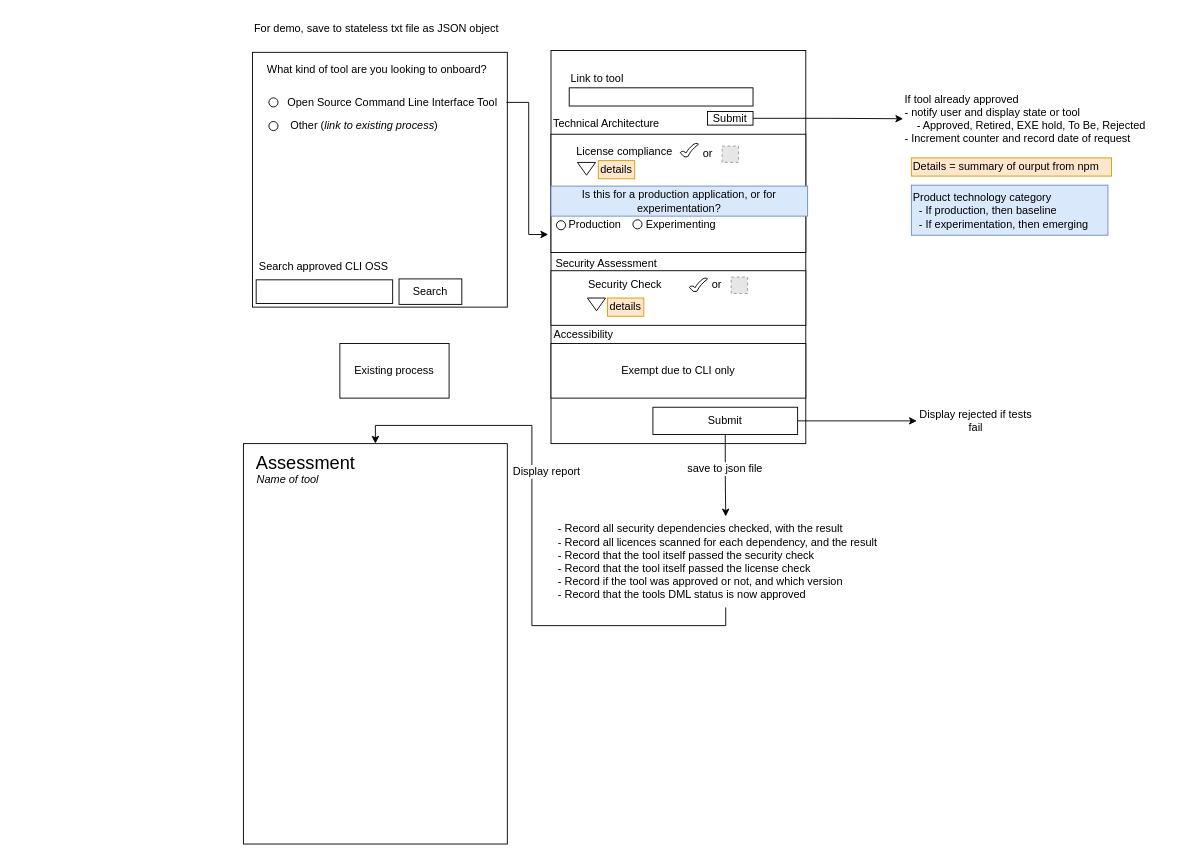
The draw.io diagram drawio/en/SoftwareOnboarding.drawio in sara-sabr/ITStrategy, before the edit. Source tidied: cells renumbered, new cells numbered last; positions are measured from the earlier drawing's top-left corner, leaving out a move shared by most shapes. Both pictures are drawn from the tidied source at 91%, with x=0, y=0 at pixel (243, 15). Pictures stored in the file or linked from it are replaced by grey dashed boxes.
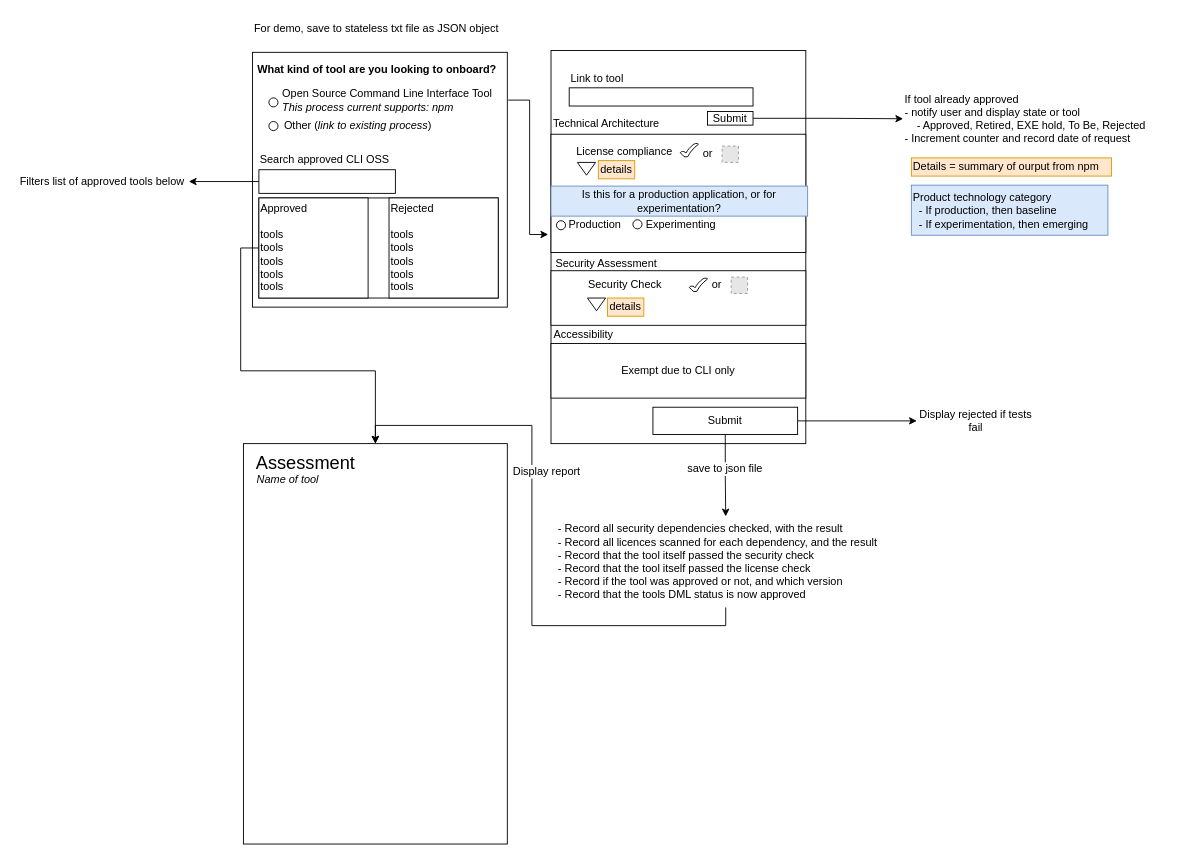
The same diagram, later.

Commit message:
specifying supported package manangers, as per Sebastiens request from #280

Unchanged cells that the change refers to:
```xml
<mxCell id="50" style="rounded=0;whiteSpace=wrap;html=1;" parent="1" vertex="1">
  <mxGeometry y="470" width="290" height="440" as="geometry" />
</mxCell>
```

What changed in the source:
```diff
@@
-    <mxCell id="6" value="What kind of tool are you looking to onboard?" style="text;html=1;strokeColor=none;fillColor=none;align=center;verticalAlign=middle;whiteSpace=wrap;rounded=0;" parent="1" vertex="1">
+    <mxCell id="6" value="What kind of tool are you looking to onboard?" style="text;html=1;strokeColor=none;fillColor=none;align=center;verticalAlign=middle;whiteSpace=wrap;rounded=0;fontStyle=1;" parent="1" vertex="1">
       <mxGeometry x="12" y="49" width="270" height="20" as="geometry" />
     </mxCell>
@@
-    <mxCell id="8" value="Open Source Command Line Interface Tool" style="text;html=1;strokeColor=none;fillColor=none;align=center;verticalAlign=middle;whiteSpace=wrap;rounded=0;" parent="1" vertex="1">
-      <mxGeometry x="39" y="85" width="250" height="20" as="geometry" />
+    <mxCell id="8" value="Open Source Command Line Interface Tool&lt;br&gt;&lt;i&gt;This process current supports: npm&lt;/i&gt;" style="text;html=1;strokeColor=none;fillColor=none;align=left;verticalAlign=middle;whiteSpace=wrap;rounded=0;" parent="1" vertex="1">
+      <mxGeometry x="41" y="80" width="250" height="25" as="geometry" />
     </mxCell>
@@
     <mxCell id="11" value="Other (&lt;i&gt;link to existing process&lt;/i&gt;)" style="text;html=1;strokeColor=none;fillColor=none;align=center;verticalAlign=middle;whiteSpace=wrap;rounded=0;" parent="1" vertex="1">
-      <mxGeometry x="46" y="111" width="174" height="20" as="geometry" />
+      <mxGeometry x="39" y="111" width="174" height="20" as="geometry" />
     </mxCell>
-    <mxCell id="12" value="Existing process" style="rounded=0;whiteSpace=wrap;html=1;" parent="1" vertex="1">
-      <mxGeometry x="106" y="360" width="120" height="60" as="geometry" />
-    </mxCell>
@@
     <mxCell id="53" value="Search approved CLI OSS" style="text;html=1;strokeColor=none;fillColor=none;align=center;verticalAlign=middle;whiteSpace=wrap;rounded=0;fontSize=12;" parent="1" vertex="1">
-      <mxGeometry x="12" y="266" width="153" height="20" as="geometry" />
+      <mxGeometry x="13" y="147.5" width="153" height="20" as="geometry" />
     </mxCell>
+    <mxCell id="56" style="edgeStyle=orthogonalEdgeStyle;rounded=0;jettySize=auto;html=1;exitX=0;exitY=0.5;exitDx=0;exitDy=0;fontSize=12;" parent="1" edge="1" source="54" target="57">
+      <mxGeometry relative="1" as="geometry" />
+    </mxCell>
     <mxCell id="54" style="rounded=0;whiteSpace=wrap;html=1;fontSize=20;" parent="1" vertex="1">
-      <mxGeometry x="14" y="290" width="150" height="26" as="geometry" />
+      <mxGeometry x="17" y="169" width="150" height="26" as="geometry" />
     </mxCell>
-    <mxCell id="55" value="Search" style="rounded=0;whiteSpace=wrap;html=1;fontSize=12;" parent="1" vertex="1">
-      <mxGeometry x="171" y="289" width="69" height="28" as="geometry" />
-    </mxCell>
+    <mxCell id="57" value="Filters list of approved tools below" style="text;html=1;strokeColor=none;fillColor=none;align=center;verticalAlign=middle;whiteSpace=wrap;rounded=0;fontSize=12;" parent="1" vertex="1">
+      <mxGeometry x="-250" y="172" width="190" height="20" as="geometry" />
+    </mxCell>
+    <mxCell id="58" style="rounded=0;whiteSpace=wrap;html=1;fontSize=12;" parent="1" vertex="1">
+      <mxGeometry x="17" y="200" width="263" height="110" as="geometry" />
+    </mxCell>
+    <mxCell id="59" style="edgeStyle=orthogonalEdgeStyle;rounded=0;jettySize=auto;html=1;exitX=0;exitY=0.5;exitDx=0;exitDy=0;entryX=0.5;entryY=0;entryDx=0;entryDy=0;fontSize=12;" parent="1" edge="1" source="60" target="50">
+      <mxGeometry relative="1" as="geometry" />
+    </mxCell>
+    <mxCell id="60" value="Approved&lt;br&gt;&lt;br&gt;tools&lt;br&gt;tools&lt;br&gt;tools&lt;br&gt;tools&lt;br&gt;tools" style="rounded=0;whiteSpace=wrap;html=1;fontSize=12;align=left;" parent="1" vertex="1">
+      <mxGeometry x="17" y="200" width="120" height="110" as="geometry" />
+    </mxCell>
+    <mxCell id="61" value="Rejected&lt;br&gt;&lt;br&gt;tools&lt;br&gt;tools&lt;br&gt;tools&lt;br&gt;tools&lt;br&gt;tools" style="rounded=0;whiteSpace=wrap;html=1;fontSize=12;align=left;" parent="1" vertex="1">
+      <mxGeometry x="160" y="200" width="120" height="110" as="geometry" />
+    </mxCell>
```
